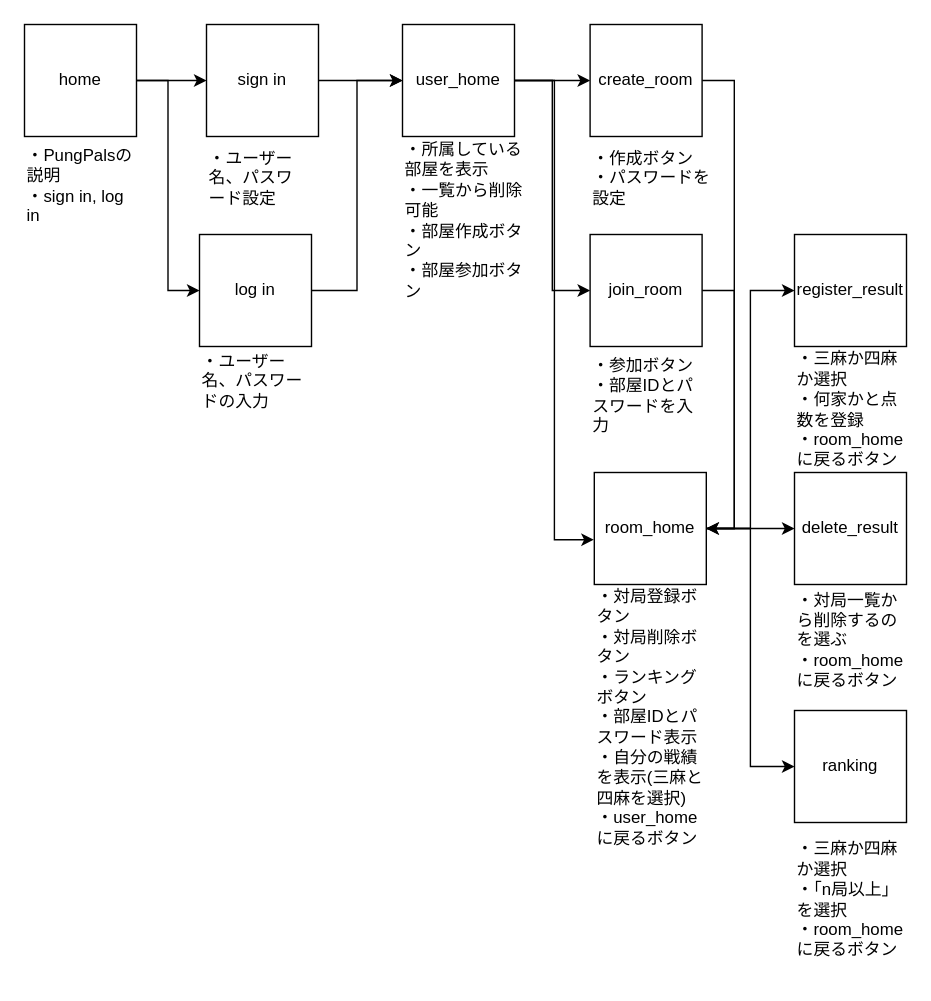
This is PungPals_screen.drawio from kechigon/PungPals, a draw.io file, before an edit. Source tidied: cells renumbered, new cells numbered last; positions are measured from the earlier drawing's top-left corner, leaving out a move shared by most shapes. Both pictures are drawn from the tidied source at 140%, with x=0, y=0 at pixel (24, 24).
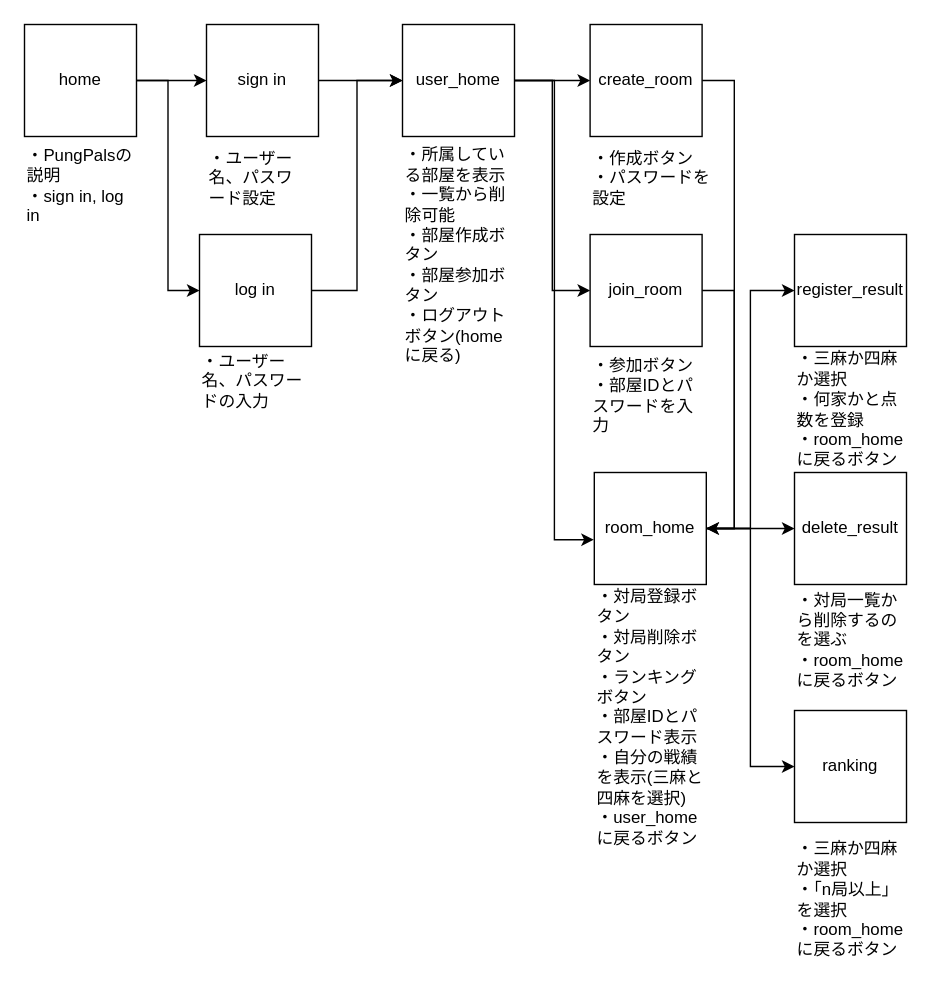
The same page after the edit.

Commit message:
PungPals_screen.drawio を更新します

Change to the diagram source:
```diff
@@
-    <mxCell id="15" value="・所属している部屋を表示&lt;br&gt;・一覧から削除可能&lt;br&gt;・部屋作成ボタン&lt;br&gt;・部屋参加ボタン" style="text;html=1;strokeColor=none;fillColor=none;align=left;verticalAlign=middle;whiteSpace=wrap;rounded=0;" parent="1" vertex="1">
-      <mxGeometry x="270" y="80" width="90" height="120" as="geometry" />
+    <mxCell id="15" value="・所属している部屋を表示&lt;br&gt;・一覧から削除可能&lt;br&gt;・部屋作成ボタン&lt;br&gt;・部屋参加ボタン&lt;br&gt;・ログアウトボタン(homeに戻る)" style="text;html=1;strokeColor=none;fillColor=none;align=left;verticalAlign=middle;whiteSpace=wrap;rounded=0;" parent="1" vertex="1">
+      <mxGeometry x="270" y="80" width="80" height="170" as="geometry" />
     </mxCell>
```
